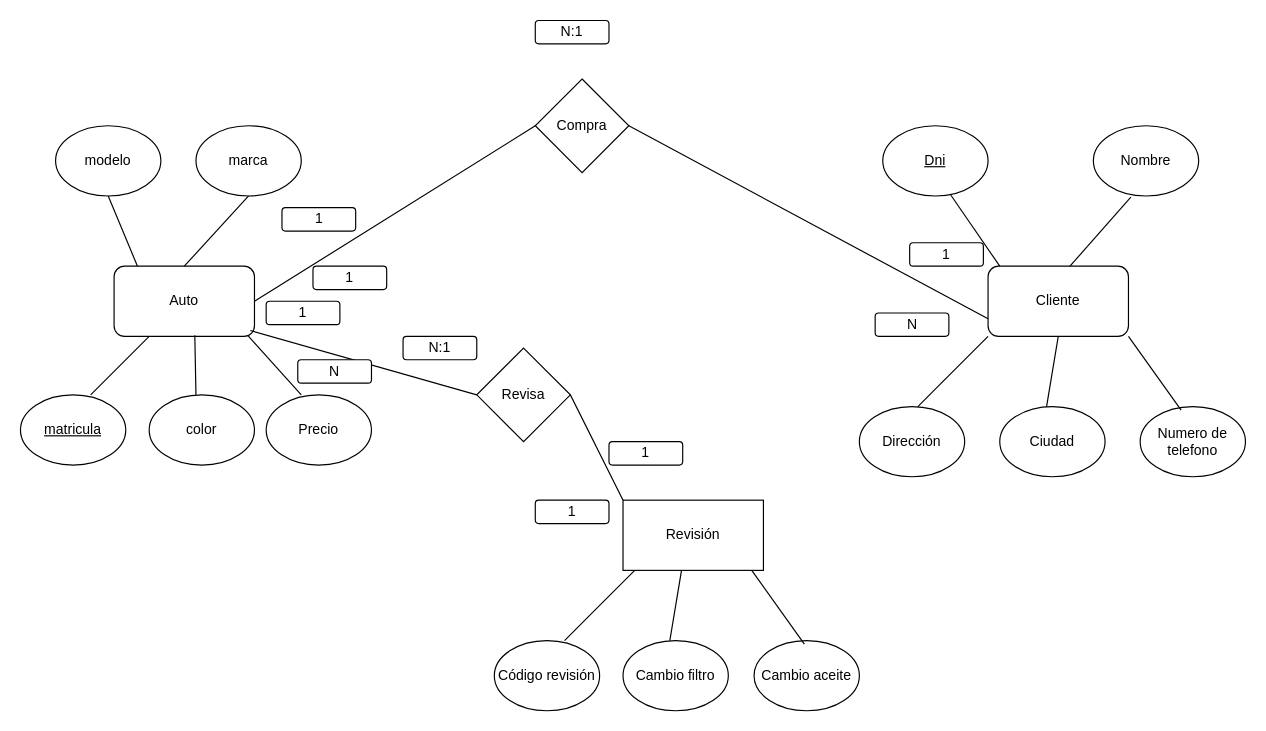
kevinld93/Diagramas keeps this draw.io diagram as Diagrama sin título.drawio. Above is the earlier version. Source tidied: cells renumbered, new cells numbered last; positions are measured from the earlier drawing's top-left corner, leaving out a move shared by most shapes. Both pictures are drawn from the tidied source at 117%, with x=0, y=0 at pixel (20, 20).
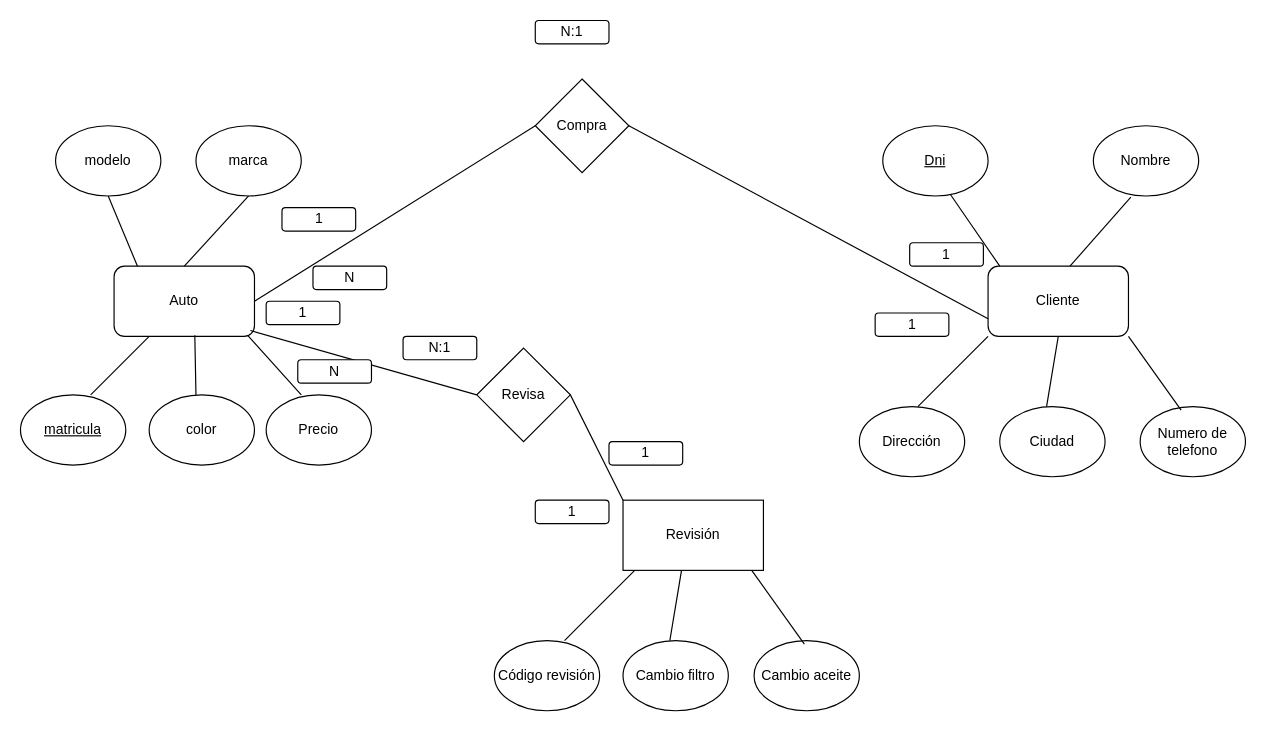
Above is the later version.

Diff of the diagram source:
```diff
@@
-    <mxCell id="36" value="1" style="rounded=1;whiteSpace=wrap;html=1;" parent="1" vertex="1">
+    <mxCell id="36" value="N" style="rounded=1;whiteSpace=wrap;html=1;" parent="1" vertex="1">
       <mxGeometry x="250" y="210" width="63" height="20" as="geometry" />
     </mxCell>
-    <mxCell id="37" value="N" style="rounded=1;whiteSpace=wrap;html=1;" parent="1" vertex="1">
+    <mxCell id="37" value="1" style="rounded=1;whiteSpace=wrap;html=1;" parent="1" vertex="1">
       <mxGeometry x="730.5" y="250" width="63" height="20" as="geometry" />
     </mxCell>
```
